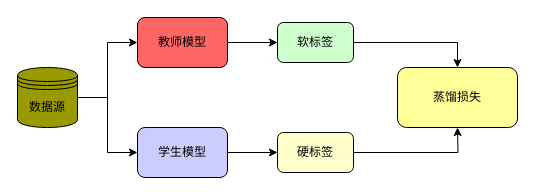
This is relation-KD.drawio from Noeverer/Mindmap, a draw.io file, before an edit. Source tidied: cells renumbered, new cells numbered last; positions are measured from the earlier drawing's top-left corner, leaving out a move shared by most shapes. Both pictures are drawn from the tidied source at 100%, with x=0, y=0 at pixel (17, 17).
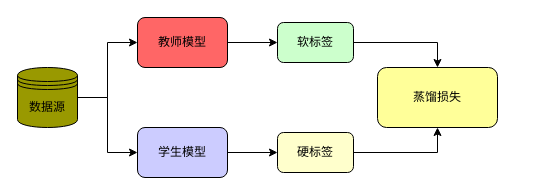
The same diagram, later.

Diff of the diagram source:
```diff
@@
 <mxGraphModel>
   <root>
     <mxCell id="0" />
     <mxCell id="1" parent="0" />
     <mxCell id="2" style="edgeStyle=orthogonalEdgeStyle;rounded=0;jettySize=auto;html=1;exitX=1;exitY=0.5;exitDx=0;exitDy=0;entryX=0;entryY=0.5;entryDx=0;entryDy=0;" parent="1" edge="1" source="4" target="6">
       <mxGeometry relative="1" as="geometry" />
     </mxCell>
     <mxCell id="3" style="edgeStyle=orthogonalEdgeStyle;rounded=0;jettySize=auto;html=1;exitX=1;exitY=0.5;exitDx=0;exitDy=0;entryX=0;entryY=0.5;entryDx=0;entryDy=0;" parent="1" edge="1" source="4" target="8">
       <mxGeometry relative="1" as="geometry" />
     </mxCell>
     <mxCell id="4" value="数据源" style="shape=datastore;whiteSpace=wrap;html=1;fillColor=#999900;" parent="1" vertex="1">
       <mxGeometry y="50" width="60" height="60" as="geometry" />
     </mxCell>
     <mxCell id="5" style="edgeStyle=orthogonalEdgeStyle;rounded=0;jettySize=auto;html=1;exitX=1;exitY=0.5;exitDx=0;exitDy=0;entryX=0;entryY=0.5;entryDx=0;entryDy=0;" parent="1" edge="1" source="6" target="10">
       <mxGeometry relative="1" as="geometry" />
     </mxCell>
     <mxCell id="6" value="教师模型" style="rounded=1;whiteSpace=wrap;html=1;fillColor=#FF6666;" parent="1" vertex="1">
       <mxGeometry x="120" width="90" height="50" as="geometry" />
     </mxCell>
     <mxCell id="7" style="edgeStyle=orthogonalEdgeStyle;rounded=0;jettySize=auto;html=1;exitX=1;exitY=0.5;exitDx=0;exitDy=0;entryX=0;entryY=0.5;entryDx=0;entryDy=0;" parent="1" edge="1" source="8" target="12">
       <mxGeometry relative="1" as="geometry" />
     </mxCell>
     <mxCell id="8" value="学生模型" style="rounded=1;whiteSpace=wrap;html=1;fillColor=#CCCCFF;" parent="1" vertex="1">
       <mxGeometry x="120" y="110" width="90" height="50" as="geometry" />
     </mxCell>
     <mxCell id="9" style="edgeStyle=orthogonalEdgeStyle;rounded=0;jettySize=auto;html=1;exitX=1;exitY=0.5;exitDx=0;exitDy=0;entryX=0.5;entryY=0;entryDx=0;entryDy=0;" parent="1" edge="1" source="10" target="13">
       <mxGeometry relative="1" as="geometry" />
     </mxCell>
     <mxCell id="10" value="软标签" style="rounded=1;whiteSpace=wrap;html=1;fillColor=#CCFFCC;" parent="1" vertex="1">
       <mxGeometry x="260" y="5" width="76" height="40" as="geometry" />
     </mxCell>
-    <mxCell id="11" style="edgeStyle=orthogonalEdgeStyle;rounded=0;jettySize=auto;html=1;exitX=1;exitY=0.5;exitDx=0;exitDy=0;" parent="1" edge="1" source="12">
+    <mxCell id="11" style="edgeStyle=orthogonalEdgeStyle;rounded=0;jettySize=auto;html=1;exitX=1;exitY=0.5;exitDx=0;exitDy=0;entryX=0.5;entryY=1;entryDx=0;entryDy=0;" parent="1" edge="1" source="12" target="13">
       <mxGeometry relative="1" as="geometry">
-        <mxPoint x="440" y="110" as="targetPoint" />
+        <Array as="points">
+          <mxPoint x="420" y="135" />
+        </Array>
       </mxGeometry>
     </mxCell>
     <mxCell id="12" value="硬标签" style="rounded=1;whiteSpace=wrap;html=1;fillColor=#FFFFCC;" parent="1" vertex="1">
       <mxGeometry x="260" y="115" width="76" height="40" as="geometry" />
     </mxCell>
     <mxCell id="13" value="蒸馏损失" style="rounded=1;whiteSpace=wrap;html=1;fillColor=#FFFF99;" parent="1" vertex="1">
-      <mxGeometry x="380" y="50" width="120" height="60" as="geometry" />
+      <mxGeometry x="360" y="50" width="120" height="60" as="geometry" />
     </mxCell>
   </root>
 </mxGraphModel>
```
